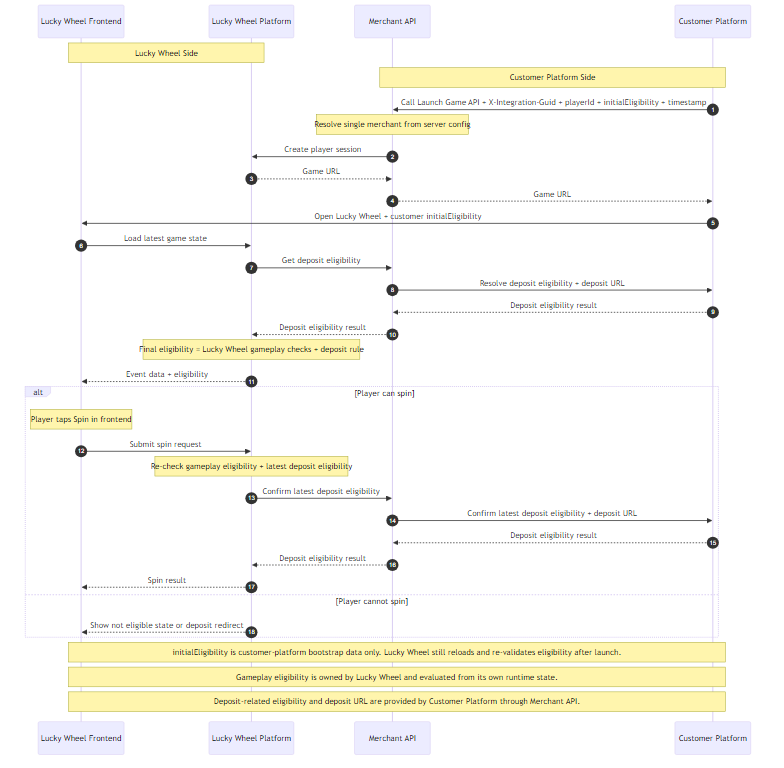
This is LuckyWheel_Dataflow_Diagram_Public.png from ElricStormking/LuckyWheelLeaderboard, a Mermaid export, as it was before one commit. Its source is kept beside it as LuckyWheel_Dataflow_Diagram_Public.mmd.
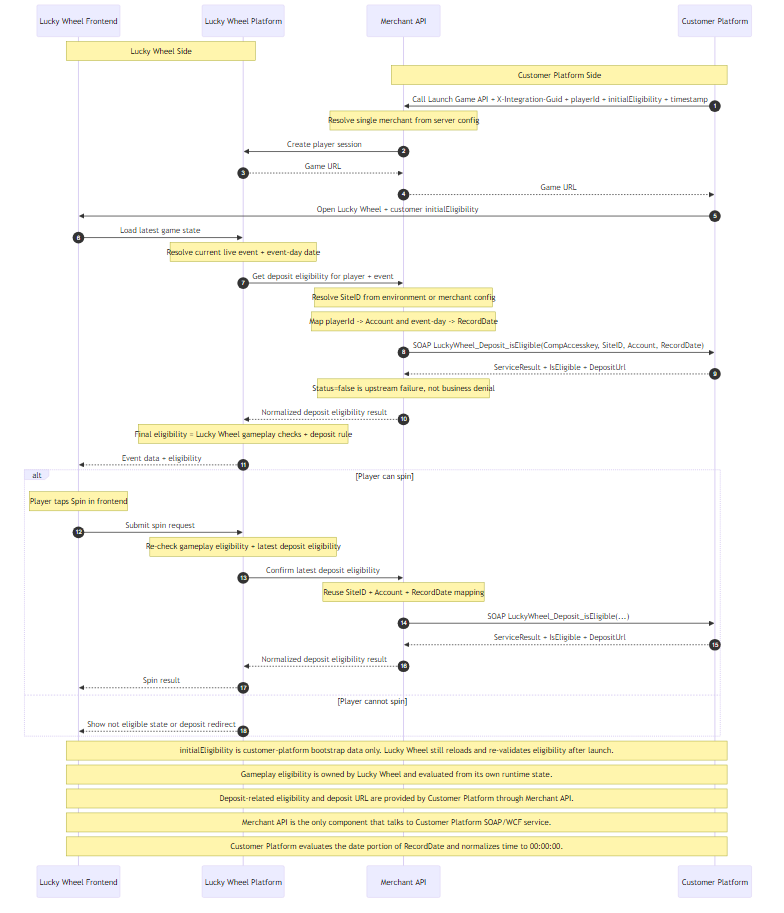
Later version of the same file.

What changed in the source:
```diff
@@ -16,10 +16,14 @@
     CP->>LWF: Open Lucky Wheel + customer initialEligibility
 
     LWF->>LWP: Load latest game state
-    LWP->>MAP: Get deposit eligibility
-    MAP->>CP: Resolve deposit eligibility + deposit URL
-    CP-->>MAP: Deposit eligibility result
-    MAP-->>LWP: Deposit eligibility result
+    Note over LWP: Resolve current live event + event-day date
+    LWP->>MAP: Get deposit eligibility for player + event
+    Note over MAP: Resolve SiteID from environment or merchant config
+    Note over MAP: Map playerId -> Account and event-day -> RecordDate
+    MAP->>CP: SOAP LuckyWheel_Deposit_isEligible(CompAccesskey, SiteID, Account, RecordDate)
+    CP-->>MAP: ServiceResult + IsEligible + DepositUrl
+    Note over MAP: Status=false is upstream failure, not business denial
+    MAP-->>LWP: Normalized deposit eligibility result
     Note over LWP: Final eligibility = Lucky Wheel gameplay checks + deposit rule
     LWP-->>LWF: Event data + eligibility
 
@@ -28,9 +32,10 @@
         LWF->>LWP: Submit spin request
         Note over LWP: Re-check gameplay eligibility + latest deposit eligibility
         LWP->>MAP: Confirm latest deposit eligibility
-        MAP->>CP: Confirm latest deposit eligibility + deposit URL
-        CP-->>MAP: Deposit eligibility result
-        MAP-->>LWP: Deposit eligibility result
+        Note over MAP: Reuse SiteID + Account + RecordDate mapping
+        MAP->>CP: SOAP LuckyWheel_Deposit_isEligible(...)
+        CP-->>MAP: ServiceResult + IsEligible + DepositUrl
+        MAP-->>LWP: Normalized deposit eligibility result
         LWP-->>LWF: Spin result
     else Player cannot spin
         LWP-->>LWF: Show not eligible state or deposit redirect
@@ -39,3 +44,5 @@
     Note over LWF,CP: initialEligibility is customer-platform bootstrap data only. Lucky Wheel still reloads and re-validates eligibility after launch.
     Note over LWF,CP: Gameplay eligibility is owned by Lucky Wheel and evaluated from its own runtime state.
     Note over LWF,CP: Deposit-related eligibility and deposit URL are provided by Customer Platform through Merchant API.
+    Note over LWF,CP: Merchant API is the only component that talks to Customer Platform SOAP/WCF service.
+    Note over LWF,CP: Customer Platform evaluates the date portion of RecordDate and normalizes time to 00:00:00.
```
